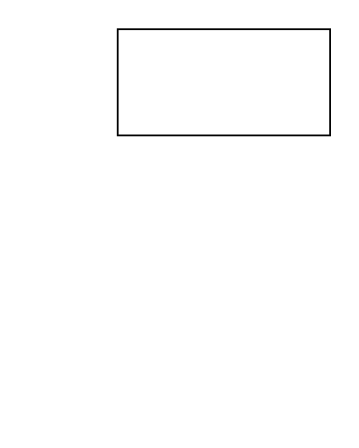
Xiaolong-RRL/Figures keeps this draw.io diagram as test.drawio. Above is the earlier version. Source tidied: cells renumbered, new cells numbered last; positions are measured from the earlier drawing's top-left corner, leaving out a move shared by most shapes. Both pictures are drawn from the tidied source at 177%, with x=0, y=0 at pixel (117, 28).
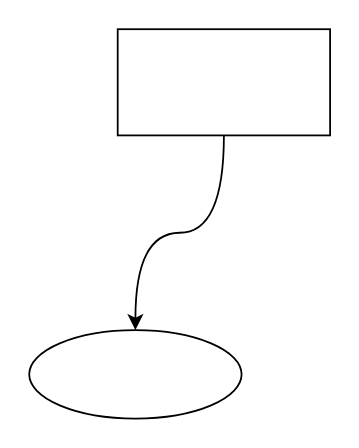
The same diagram, later.

Change to the diagram source:
```diff
@@
 <mxGraphModel>
   <root>
     <mxCell id="0" />
     <mxCell id="1" parent="0" />
+    <mxCell id="3" style="edgeStyle=orthogonalEdgeStyle;rounded=0;jettySize=auto;html=1;curved=1;entryX=0.5;entryY=0;entryDx=0;entryDy=0;" parent="1" edge="1" source="2" target="4">
+      <mxGeometry relative="1" as="geometry" />
+    </mxCell>
     <mxCell id="2" style="rounded=0;whiteSpace=wrap;html=1;" parent="1" vertex="1">
       <mxGeometry width="120" height="60" as="geometry" />
     </mxCell>
+    <mxCell id="4" style="ellipse;whiteSpace=wrap;html=1;" parent="1" vertex="1">
+      <mxGeometry x="-50" y="170" width="120" height="50" as="geometry" />
+    </mxCell>
   </root>
 </mxGraphModel>
```
